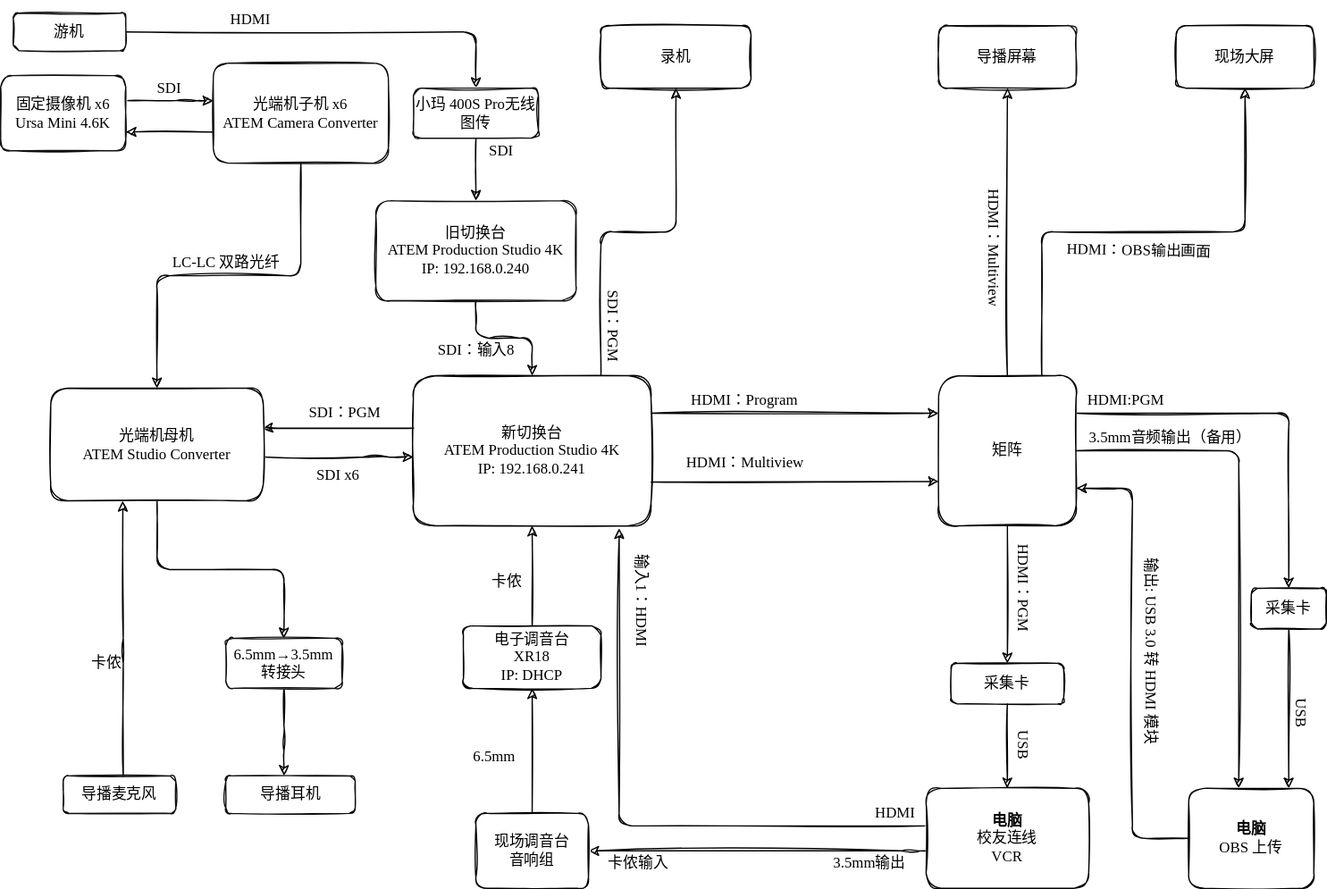
The draw.io diagram docs/diagrams/2021春晚实际接线图.svg in xiaoxuan010/HFLive-Technical-Document-2021, before a commit. Source tidied: cells renumbered, new cells last; positions are measured from the earlier drawing's top-left corner, leaving out a move shared by most shapes.
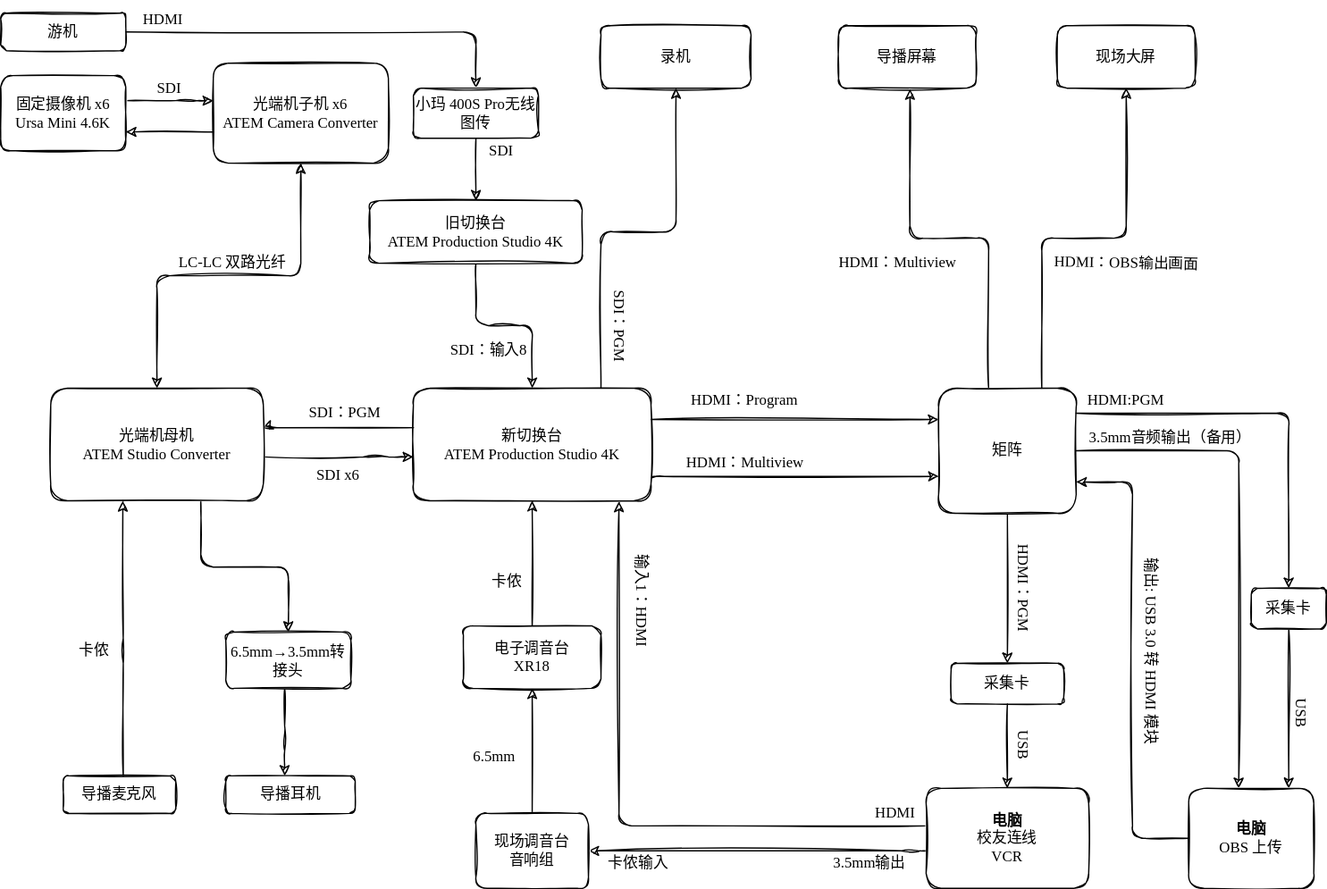
The same file after the commit.

What changed in the source:
```diff
@@ -1,16 +1,14 @@
-<mxGraphModel background="#ffffff">
+<mxGraphModel>
   <root>
     <mxCell id="0" />
     <mxCell id="1" parent="0" />
-    <mxCell id="2" style="edgeStyle=orthogonalEdgeStyle;rounded=1;jettySize=auto;html=1;exitX=1;exitY=0.25;exitDx=0;exitDy=0;entryX=0;entryY=0.25;entryDx=0;entryDy=0;fontFamily=思源宋体,serif;sketch=1;fontStyle=0;" parent="1" edge="1" source="6" target="12">
+    <mxCell id="2" style="edgeStyle=orthogonalEdgeStyle;rounded=1;jettySize=auto;html=1;exitX=1;exitY=0.278;exitDx=0;exitDy=0;entryX=0;entryY=0.25;entryDx=0;entryDy=0;fontFamily=思源宋体,serif;sketch=1;fontStyle=0;exitPerimeter=0;" parent="1" edge="1" source="6" target="12">
       <mxGeometry relative="1" as="geometry" />
     </mxCell>
-    <mxCell id="3" style="edgeStyle=orthogonalEdgeStyle;rounded=1;jettySize=auto;html=1;entryX=0.002;entryY=0.705;entryDx=0;entryDy=0;fontFamily=思源宋体,serif;sketch=1;entryPerimeter=0;fontStyle=0;" parent="1" edge="1" target="12">
+    <mxCell id="3" style="edgeStyle=orthogonalEdgeStyle;rounded=1;jettySize=auto;html=1;entryX=0.002;entryY=0.705;entryDx=0;entryDy=0;fontFamily=思源宋体,serif;sketch=1;entryPerimeter=0;fontStyle=0;exitX=1.003;exitY=0.797;exitDx=0;exitDy=0;exitPerimeter=0;" parent="1" edge="1" source="6" target="12">
       <mxGeometry relative="1" as="geometry">
-        <mxPoint x="520" y="385" as="sourcePoint" />
         <Array as="points">
-          <mxPoint x="520" y="385" />
-          <mxPoint x="635" y="385" />
+          <mxPoint x="521" y="380" />
         </Array>
       </mxGeometry>
     </mxCell>
@@ -29,8 +27,8 @@
         </Array>
       </mxGeometry>
     </mxCell>
-    <mxCell id="6" value="新切换台&lt;br&gt;ATEM Production Studio 4K&lt;br&gt;IP: 192.168.0.241" style="rounded=1;whiteSpace=wrap;html=1;fontFamily=思源宋体,serif;sketch=1;fontStyle=0;" parent="1" vertex="1">
-      <mxGeometry x="330" y="300" width="190" height="120" as="geometry" />
+    <mxCell id="6" value="新切换台&lt;br&gt;ATEM Production Studio 4K" style="rounded=1;whiteSpace=wrap;html=1;fontFamily=思源宋体,serif;sketch=1;fontStyle=0;" parent="1" vertex="1">
+      <mxGeometry x="330" y="310" width="190" height="90" as="geometry" />
     </mxCell>
     <mxCell id="7" style="edgeStyle=orthogonalEdgeStyle;rounded=1;jettySize=auto;html=1;fontFamily=思源宋体,serif;sketch=1;fontStyle=0;" parent="1" edge="1" source="12" target="18">
       <mxGeometry relative="1" as="geometry">
@@ -45,17 +43,22 @@
     <mxCell id="9" style="edgeStyle=orthogonalEdgeStyle;rounded=1;jettySize=auto;html=1;exitX=1;exitY=0.5;exitDx=0;exitDy=0;entryX=0.4;entryY=0;entryDx=0;entryDy=0;entryPerimeter=0;sketch=1;fontFamily=思源宋体,serif;fontStyle=0;" parent="1" edge="1" source="12" target="20">
       <mxGeometry relative="1" as="geometry" />
     </mxCell>
-    <mxCell id="10" style="edgeStyle=orthogonalEdgeStyle;rounded=1;jettySize=auto;html=1;sketch=1;fontFamily=思源宋体,serif;fontStyle=0;" parent="1" edge="1" source="12" target="42">
-      <mxGeometry relative="1" as="geometry" />
+    <mxCell id="10" style="edgeStyle=orthogonalEdgeStyle;rounded=1;jettySize=auto;html=1;sketch=1;fontFamily=思源宋体,serif;fontStyle=0;entryX=0.519;entryY=1.015;entryDx=0;entryDy=0;entryPerimeter=0;" parent="1" edge="1" source="12" target="42">
+      <mxGeometry relative="1" as="geometry">
+        <Array as="points">
+          <mxPoint x="790" y="190" />
+          <mxPoint x="727" y="190" />
+        </Array>
+      </mxGeometry>
     </mxCell>
     <mxCell id="11" style="edgeStyle=orthogonalEdgeStyle;rounded=1;jettySize=auto;html=1;sketch=1;fontFamily=思源宋体,serif;fontStyle=0;" parent="1" edge="1" source="12" target="39">
       <mxGeometry relative="1" as="geometry" />
     </mxCell>
     <mxCell id="12" value="矩阵" style="rounded=1;whiteSpace=wrap;html=1;fontFamily=思源宋体,serif;sketch=1;fontStyle=0;" parent="1" vertex="1">
-      <mxGeometry x="750" y="300" width="110" height="120" as="geometry" />
+      <mxGeometry x="750" y="310" width="110" height="100" as="geometry" />
     </mxCell>
     <mxCell id="13" value="现场大屏" style="rounded=1;whiteSpace=wrap;html=1;fontFamily=思源宋体,serif;sketch=1;fontStyle=0;" parent="1" vertex="1">
-      <mxGeometry x="940" y="20" width="110" height="50" as="geometry" />
+      <mxGeometry x="845" y="20" width="110" height="50" as="geometry" />
     </mxCell>
     <mxCell id="14" style="edgeStyle=orthogonalEdgeStyle;rounded=1;jettySize=auto;html=1;entryX=1;entryY=0.5;entryDx=0;entryDy=0;fontFamily=思源宋体,serif;sketch=1;fontStyle=0;" parent="1" edge="1" source="16" target="25">
       <mxGeometry relative="1" as="geometry">
@@ -65,10 +68,10 @@
         </Array>
       </mxGeometry>
     </mxCell>
-    <mxCell id="15" style="edgeStyle=orthogonalEdgeStyle;rounded=1;jettySize=auto;html=1;entryX=0.866;entryY=1.017;entryDx=0;entryDy=0;entryPerimeter=0;fontFamily=思源宋体,serif;sketch=1;fontStyle=0;" parent="1" edge="1" source="16" target="6">
+    <mxCell id="15" style="edgeStyle=orthogonalEdgeStyle;rounded=1;jettySize=auto;html=1;entryX=0.865;entryY=1.007;entryDx=0;entryDy=0;entryPerimeter=0;fontFamily=思源宋体,serif;sketch=1;fontStyle=0;" parent="1" edge="1" source="16" target="6">
       <mxGeometry relative="1" as="geometry">
         <Array as="points">
-          <mxPoint x="495" y="660" />
+          <mxPoint x="494" y="660" />
         </Array>
       </mxGeometry>
     </mxCell>
@@ -87,8 +90,13 @@
     <mxCell id="20" value="&lt;b&gt;电脑&lt;/b&gt;&lt;br&gt;OBS 上传" style="whiteSpace=wrap;html=1;rounded=1;fontFamily=思源宋体,serif;sketch=1;fontStyle=0;" parent="1" vertex="1">
       <mxGeometry x="950" y="630" width="100" height="80" as="geometry" />
     </mxCell>
-    <mxCell id="21" style="edgeStyle=orthogonalEdgeStyle;rounded=1;jettySize=auto;html=1;strokeColor=default;fontFamily=思源宋体,serif;sketch=1;fontStyle=0;" parent="1" edge="1" source="23" target="62">
-      <mxGeometry relative="1" as="geometry" />
+    <mxCell id="21" style="edgeStyle=orthogonalEdgeStyle;rounded=1;jettySize=auto;html=1;fontFamily=思源宋体,serif;sketch=1;fontStyle=0;" parent="1" edge="1" source="23" target="62">
+      <mxGeometry relative="1" as="geometry">
+        <Array as="points">
+          <mxPoint x="160" y="453" />
+          <mxPoint x="230" y="453" />
+        </Array>
+      </mxGeometry>
     </mxCell>
     <mxCell id="22" style="edgeStyle=orthogonalEdgeStyle;rounded=1;jettySize=auto;html=1;fontFamily=思源宋体,serif;sketch=1;fontStyle=0;" parent="1" edge="1" source="23" target="6">
       <mxGeometry relative="1" as="geometry">
@@ -110,7 +118,7 @@
     <mxCell id="26" style="edgeStyle=orthogonalEdgeStyle;rounded=1;jettySize=auto;html=1;entryX=0.5;entryY=1;entryDx=0;entryDy=0;fontFamily=思源宋体,serif;sketch=1;fontStyle=0;" parent="1" edge="1" source="27" target="6">
       <mxGeometry relative="1" as="geometry" />
     </mxCell>
-    <mxCell id="27" value="电子调音台&lt;br&gt;XR18&lt;br&gt;IP: DHCP" style="rounded=1;whiteSpace=wrap;html=1;fontFamily=思源宋体,serif;sketch=1;fontStyle=0;" parent="1" vertex="1">
+    <mxCell id="27" value="电子调音台&lt;br&gt;XR18" style="rounded=1;whiteSpace=wrap;html=1;fontFamily=思源宋体,serif;sketch=1;fontStyle=0;" parent="1" vertex="1">
       <mxGeometry x="370" y="500" width="110" height="50" as="geometry" />
     </mxCell>
     <mxCell id="28" value="HDMI:PGM" style="text;html=1;strokeColor=none;fillColor=none;align=center;verticalAlign=middle;whiteSpace=wrap;rounded=1;fontFamily=思源宋体,serif;sketch=1;fontStyle=0;" parent="1" vertex="1">
@@ -155,29 +163,29 @@
     <mxCell id="41" value="HDMI" style="text;html=1;align=center;verticalAlign=middle;strokeColor=none;fillColor=none;fontFamily=思源宋体,serif;sketch=1;rounded=1;fontStyle=0;" parent="1" vertex="1">
       <mxGeometry x="690" y="640" width="50" height="20" as="geometry" />
     </mxCell>
-    <mxCell id="42" value="导播屏幕" style="rounded=1;whiteSpace=wrap;html=1;strokeColor=#0F0F0F;fillColor=default;fontFamily=思源宋体,serif;sketch=1;fontStyle=0;" parent="1" vertex="1">
-      <mxGeometry x="750" y="20" width="110" height="50" as="geometry" />
+    <mxCell id="42" value="导播屏幕" style="rounded=1;whiteSpace=wrap;html=1;fontFamily=思源宋体,serif;sketch=1;fontStyle=0;" parent="1" vertex="1">
+      <mxGeometry x="670" y="20" width="110" height="50" as="geometry" />
     </mxCell>
     <mxCell id="43" value="HDMI：Multiview" style="text;html=1;align=center;verticalAlign=middle;fontFamily=思源宋体,serif;sketch=1;rounded=1;fontStyle=0;" parent="1" vertex="1">
       <mxGeometry x="535" y="360" width="120" height="20" as="geometry" />
     </mxCell>
-    <mxCell id="44" value="HDMI：Multiview" style="text;html=1;strokeColor=none;fillColor=none;align=center;verticalAlign=middle;whiteSpace=wrap;rounded=1;rotation=90;fontFamily=思源宋体,serif;sketch=1;fontStyle=0;" parent="1" vertex="1">
-      <mxGeometry x="727.5" y="187.5" width="135" height="20" as="geometry" />
+    <mxCell id="44" value="HDMI：Multiview" style="text;html=1;strokeColor=none;fillColor=none;align=center;verticalAlign=middle;whiteSpace=wrap;rounded=1;rotation=0;fontFamily=思源宋体,serif;sketch=1;fontStyle=0;" parent="1" vertex="1">
+      <mxGeometry x="650" y="200" width="135" height="20" as="geometry" />
     </mxCell>
     <mxCell id="45" value="HDMI：OBS输出画面" style="text;html=1;align=center;verticalAlign=middle;strokeColor=none;fillColor=none;rotation=1;fontFamily=思源宋体,serif;sketch=1;rounded=1;fontStyle=0;" parent="1" vertex="1">
-      <mxGeometry x="840" y="190" width="140" height="20" as="geometry" />
+      <mxGeometry x="830" y="200" width="140" height="20" as="geometry" />
     </mxCell>
     <mxCell id="46" style="edgeStyle=orthogonalEdgeStyle;rounded=1;jettySize=auto;html=1;exitX=0.001;exitY=0.688;exitDx=0;exitDy=0;entryX=1;entryY=0.75;entryDx=0;entryDy=0;fontFamily=思源宋体,serif;sketch=1;exitPerimeter=0;fontStyle=0;" parent="1" edge="1" source="48" target="51">
       <mxGeometry relative="1" as="geometry" />
     </mxCell>
-    <mxCell id="47" style="edgeStyle=orthogonalEdgeStyle;rounded=1;jettySize=auto;html=1;entryX=0.5;entryY=0;entryDx=0;entryDy=0;strokeColor=default;fontFamily=思源宋体,serif;sketch=1;fontStyle=0;" parent="1" edge="1" source="48" target="23">
+    <mxCell id="47" style="edgeStyle=orthogonalEdgeStyle;rounded=1;jettySize=auto;html=1;entryX=0.5;entryY=0;entryDx=0;entryDy=0;fontFamily=思源宋体,serif;sketch=1;fontStyle=0;startArrow=classic;startFill=1;" parent="1" edge="1" source="48" target="23">
       <mxGeometry relative="1" as="geometry" />
     </mxCell>
-    <mxCell id="48" value="光端机子机 x6&lt;br&gt;ATEM Camera Converter" style="rounded=1;whiteSpace=wrap;html=1;strokeColor=#0F0F0F;fillColor=default;fontFamily=思源宋体,serif;sketch=1;fontStyle=0;" parent="1" vertex="1">
+    <mxCell id="48" value="光端机子机 x6&lt;br&gt;ATEM Camera Converter" style="rounded=1;whiteSpace=wrap;html=1;fontFamily=思源宋体,serif;sketch=1;fontStyle=0;" parent="1" vertex="1">
       <mxGeometry x="170" y="50" width="140" height="80" as="geometry" />
     </mxCell>
     <mxCell id="49" value="LC-LC 双路光纤" style="text;html=1;align=center;verticalAlign=middle;strokeColor=none;fillColor=none;fontFamily=思源宋体,serif;sketch=1;rounded=1;fontStyle=0;" parent="1" vertex="1">
-      <mxGeometry x="130" y="200" width="100" height="20" as="geometry" />
+      <mxGeometry x="135" y="200" width="100" height="20" as="geometry" />
     </mxCell>
     <mxCell id="50" style="edgeStyle=orthogonalEdgeStyle;rounded=1;jettySize=auto;html=1;fontFamily=思源宋体,serif;sketch=1;fontStyle=0;" parent="1" edge="1" source="51" target="48">
       <mxGeometry relative="1" as="geometry">
@@ -187,28 +195,32 @@
         </Array>
       </mxGeometry>
     </mxCell>
-    <mxCell id="51" value="固定摄像机 x6&lt;br&gt;Ursa Mini 4.6K" style="rounded=1;whiteSpace=wrap;html=1;strokeColor=#0F0F0F;fillColor=default;fontFamily=思源宋体,serif;sketch=1;fontStyle=0;" parent="1" vertex="1">
+    <mxCell id="51" value="固定摄像机 x6&lt;br&gt;Ursa Mini 4.6K" style="rounded=1;whiteSpace=wrap;html=1;fontFamily=思源宋体,serif;sketch=1;fontStyle=0;" parent="1" vertex="1">
       <mxGeometry y="60" width="100" height="60" as="geometry" />
     </mxCell>
     <mxCell id="52" value="SDI" style="text;html=1;strokeColor=none;fillColor=none;align=center;verticalAlign=middle;whiteSpace=wrap;rounded=1;fontFamily=思源宋体,serif;sketch=1;fontStyle=0;" parent="1" vertex="1">
       <mxGeometry x="120" y="60" width="30" height="20" as="geometry" />
     </mxCell>
     <mxCell id="53" style="edgeStyle=orthogonalEdgeStyle;rounded=1;jettySize=auto;html=1;fontFamily=思源宋体,serif;sketch=1;fontStyle=0;" parent="1" edge="1" source="54" target="56">
-      <mxGeometry relative="1" as="geometry" />
+      <mxGeometry relative="1" as="geometry">
+        <Array as="points">
+          <mxPoint x="380" y="25" />
+        </Array>
+      </mxGeometry>
     </mxCell>
-    <mxCell id="54" value="游机" style="rounded=1;whiteSpace=wrap;html=1;strokeColor=#0F0F0F;fillColor=default;fontFamily=思源宋体,serif;sketch=1;fontStyle=0;" parent="1" vertex="1">
-      <mxGeometry x="10" y="10" width="90" height="30" as="geometry" />
+    <mxCell id="54" value="游机" style="rounded=1;whiteSpace=wrap;html=1;fontFamily=思源宋体,serif;sketch=1;fontStyle=0;" parent="1" vertex="1">
+      <mxGeometry y="10" width="100" height="30" as="geometry" />
     </mxCell>
     <mxCell id="55" style="edgeStyle=orthogonalEdgeStyle;rounded=1;jettySize=auto;html=1;sketch=1;fontFamily=思源宋体,serif;fontStyle=0;" parent="1" edge="1" source="56" target="69">
       <mxGeometry relative="1" as="geometry" />
     </mxCell>
-    <mxCell id="56" value="小玛 400S Pro无线图传" style="whiteSpace=wrap;html=1;strokeColor=#0F0F0F;rounded=1;fontFamily=思源宋体,serif;sketch=1;fontStyle=0;" parent="1" vertex="1">
+    <mxCell id="56" value="小玛 400S Pro无线图传" style="whiteSpace=wrap;html=1;rounded=1;fontFamily=思源宋体,serif;sketch=1;fontStyle=0;" parent="1" vertex="1">
       <mxGeometry x="330" y="70" width="100" height="40" as="geometry" />
     </mxCell>
     <mxCell id="57" value="HDMI" style="text;html=1;strokeColor=none;fillColor=none;align=center;verticalAlign=middle;whiteSpace=wrap;rounded=1;fontFamily=思源宋体,serif;sketch=1;fontStyle=0;" parent="1" vertex="1">
-      <mxGeometry x="170" width="60" height="30" as="geometry" />
+      <mxGeometry x="100" width="60" height="30" as="geometry" />
     </mxCell>
-    <mxCell id="58" style="edgeStyle=orthogonalEdgeStyle;rounded=1;jettySize=auto;html=1;entryX=0.339;entryY=1.002;entryDx=0;entryDy=0;strokeColor=default;fontFamily=思源宋体,serif;sketch=1;entryPerimeter=0;fontStyle=0;" parent="1" edge="1" source="59" target="23">
+    <mxCell id="58" style="edgeStyle=orthogonalEdgeStyle;rounded=1;jettySize=auto;html=1;entryX=0.339;entryY=1.002;entryDx=0;entryDy=0;fontFamily=思源宋体,serif;sketch=1;entryPerimeter=0;fontStyle=0;" parent="1" edge="1" source="59" target="23">
       <mxGeometry relative="1" as="geometry">
         <Array as="points">
           <mxPoint x="98" y="520" />
@@ -216,13 +228,13 @@
         </Array>
       </mxGeometry>
     </mxCell>
-    <mxCell id="59" value="导播麦克风" style="rounded=1;whiteSpace=wrap;html=1;strokeColor=#0F0F0F;fillColor=default;fontFamily=思源宋体,serif;sketch=1;fontStyle=0;" parent="1" vertex="1">
+    <mxCell id="59" value="导播麦克风" style="rounded=1;whiteSpace=wrap;html=1;fontFamily=思源宋体,serif;sketch=1;fontStyle=0;" parent="1" vertex="1">
       <mxGeometry x="50" y="620" width="90" height="30" as="geometry" />
     </mxCell>
     <mxCell id="60" value="卡侬" style="text;html=1;strokeColor=none;fillColor=none;align=center;verticalAlign=middle;whiteSpace=wrap;rounded=1;fontFamily=思源宋体,serif;sketch=1;fontStyle=0;" parent="1" vertex="1">
-      <mxGeometry x="70" y="520" width="30" height="20" as="geometry" />
+      <mxGeometry x="60" y="510" width="30" height="20" as="geometry" />
     </mxCell>
-    <mxCell id="61" style="edgeStyle=orthogonalEdgeStyle;rounded=1;jettySize=auto;html=1;strokeColor=default;fontFamily=思源宋体,serif;sketch=1;fontStyle=0;" parent="1" edge="1" source="62" target="63">
+    <mxCell id="61" style="edgeStyle=orthogonalEdgeStyle;rounded=1;jettySize=auto;html=1;fontFamily=思源宋体,serif;sketch=1;fontStyle=0;" parent="1" edge="1" source="62" target="63">
       <mxGeometry relative="1" as="geometry">
         <Array as="points">
           <mxPoint x="227" y="590" />
@@ -230,10 +242,10 @@
         </Array>
       </mxGeometry>
     </mxCell>
-    <mxCell id="62" value="6.5mm→3.5mm转接头" style="rounded=1;whiteSpace=wrap;html=1;strokeColor=#0F0F0F;fillColor=default;fontFamily=思源宋体,serif;sketch=1;fontStyle=0;" parent="1" vertex="1">
-      <mxGeometry x="180" y="510" width="93" height="40" as="geometry" />
+    <mxCell id="62" value="6.5mm→3.5mm转接头" style="rounded=1;whiteSpace=wrap;html=1;fontFamily=思源宋体,serif;sketch=1;fontStyle=0;" parent="1" vertex="1">
+      <mxGeometry x="180" y="505" width="100" height="45" as="geometry" />
     </mxCell>
-    <mxCell id="63" value="导播耳机" style="whiteSpace=wrap;html=1;strokeColor=#0F0F0F;rounded=1;fontFamily=思源宋体,serif;sketch=1;fontStyle=0;" parent="1" vertex="1">
+    <mxCell id="63" value="导播耳机" style="whiteSpace=wrap;html=1;rounded=1;fontFamily=思源宋体,serif;sketch=1;fontStyle=0;" parent="1" vertex="1">
       <mxGeometry x="180" y="620" width="103.5" height="30" as="geometry" />
     </mxCell>
     <mxCell id="64" value="SDI：PGM" style="text;html=1;align=center;verticalAlign=middle;strokeColor=none;fillColor=none;fontFamily=思源宋体,serif;sketch=1;rounded=1;fontStyle=0;" parent="1" vertex="1">
@@ -243,7 +255,7 @@
       <mxGeometry x="480" y="20" width="120" height="50" as="geometry" />
     </mxCell>
     <mxCell id="66" value="SDI：PGM" style="text;html=1;align=center;verticalAlign=middle;strokeColor=none;fillColor=none;fontFamily=思源宋体,serif;rotation=90;sketch=1;rounded=1;fontStyle=0;" parent="1" vertex="1">
-      <mxGeometry x="450" y="250" width="80" height="20" as="geometry" />
+      <mxGeometry x="455" y="250" width="80" height="20" as="geometry" />
     </mxCell>
     <mxCell id="67" value="3.5mm音频输出（备用）" style="text;html=1;align=center;verticalAlign=middle;strokeColor=none;fillColor=none;rotation=0;fontFamily=思源宋体,serif;sketch=1;rounded=1;fontStyle=0;" parent="1" vertex="1">
       <mxGeometry x="860" y="340" width="150" height="20" as="geometry" />
@@ -251,11 +263,11 @@
     <mxCell id="68" style="edgeStyle=orthogonalEdgeStyle;rounded=1;jettySize=auto;html=1;sketch=1;fontFamily=思源宋体,serif;fontStyle=0;" parent="1" edge="1" source="69" target="6">
       <mxGeometry relative="1" as="geometry" />
     </mxCell>
-    <mxCell id="69" value="旧切换台&lt;br&gt;ATEM Production Studio 4K&lt;br&gt;IP: 192.168.0.240" style="whiteSpace=wrap;html=1;strokeColor=#0F0F0F;rounded=1;sketch=1;fontFamily=思源宋体,serif;fontStyle=0;" parent="1" vertex="1">
-      <mxGeometry x="300" y="160" width="160" height="80" as="geometry" />
+    <mxCell id="69" value="旧切换台&lt;br&gt;ATEM Production Studio 4K" style="whiteSpace=wrap;html=1;rounded=1;sketch=1;fontFamily=思源宋体,serif;fontStyle=0;" parent="1" vertex="1">
+      <mxGeometry x="295" y="160" width="170" height="50" as="geometry" />
     </mxCell>
     <mxCell id="70" value="SDI：输入8" style="text;html=1;align=center;verticalAlign=middle;strokeColor=none;fillColor=none;sketch=1;fontFamily=思源宋体,serif;rounded=1;fontStyle=0;" parent="1" vertex="1">
-      <mxGeometry x="340" y="270" width="80" height="20" as="geometry" />
+      <mxGeometry x="350" y="270" width="80" height="20" as="geometry" />
     </mxCell>
     <mxCell id="71" value="输出: USB 3.0 转 HDMI 模块" style="text;html=1;align=center;verticalAlign=middle;strokeColor=none;fillColor=none;sketch=1;fontFamily=思源宋体,serif;rounded=1;rotation=90;fontStyle=0;" parent="1" vertex="1">
       <mxGeometry x="835" y="510" width="170" height="20" as="geometry" />
@@ -263,5 +275,8 @@
     <mxCell id="72" value="SDI" style="text;html=1;align=center;verticalAlign=middle;strokeColor=none;fillColor=none;sketch=1;fontFamily=思源宋体,serif;rounded=1;fontStyle=0;" parent="1" vertex="1">
       <mxGeometry x="380" y="110" width="40" height="20" as="geometry" />
     </mxCell>
+    <mxCell id="73" style="edgeStyle=orthogonalEdgeStyle;rounded=0;orthogonalLoop=1;jettySize=auto;html=1;exitX=0.5;exitY=1;exitDx=0;exitDy=0;startArrow=classic;startFill=1;" parent="1" edge="1" source="44" target="44">
+      <mxGeometry relative="1" as="geometry" />
+    </mxCell>
   </root>
 </mxGraphModel>
```
